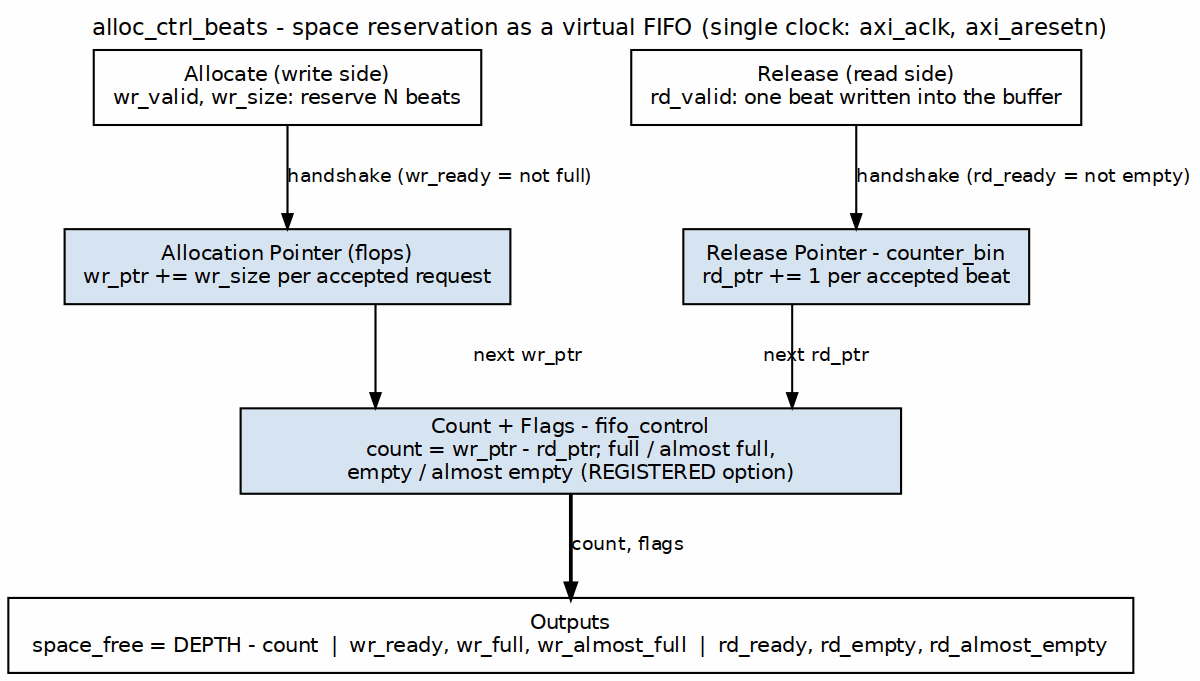
This is projects/components/dma-ip/rapids/docs/rapids_beats_mas/assets/graphviz/05_alloc_ctrl.png from sean-galloway/RTLDesignSherpa, a Graphviz export, as it was before one commit. Its source is kept beside it as projects/components/dma-ip/rapids/docs/rapids_beats_mas/assets/graphviz/05_alloc_ctrl.dot.
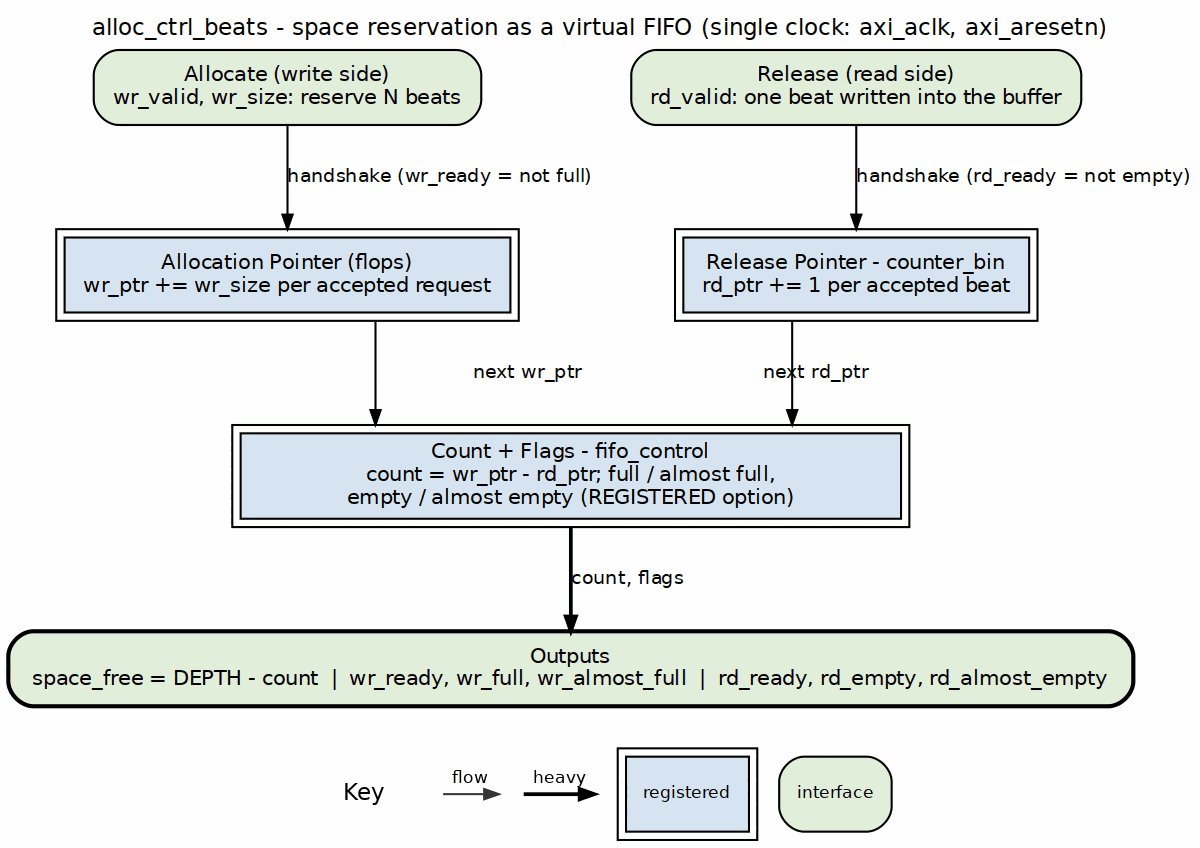
Above is the later version.

What changed in the source:
```diff
@@ -3,15 +3,15 @@
            nodesep="0.50", ranksep="0.55", splines=ortho,
            label="alloc_ctrl_beats - space reservation as a virtual FIFO (single clock: axi_aclk, axi_aresetn)", labelloc=t, labeljust=c];
     node  [fontname="Helvetica", fontsize=10, shape=box, style=filled,
-           fillcolor="#D6E4F0", color="black", margin="0.12,0.06"];
+           fillcolor="white", color="black", margin="0.12,0.06"];
     edge  [fontname="Helvetica", fontsize=9, color="black", arrowsize=0.7];
 
-    wport [label="Allocate (write side)\nwr_valid, wr_size: reserve N beats", fillcolor="white", group=L];
-    rport [label="Release (read side)\nrd_valid: one beat written into the buffer", fillcolor="white", group=R];
-    wptr  [label="Allocation Pointer (flops)\nwr_ptr += wr_size per accepted request", group=L];
-    rptr  [label="Release Pointer - counter_bin\nrd_ptr += 1 per accepted beat", group=R];
-    ctl   [label="Count + Flags - fifo_control\ncount = wr_ptr - rd_ptr; full / almost full,\nempty / almost empty (REGISTERED option)", width=4.4];
-    bar   [label="Outputs\nspace_free = DEPTH - count  |  wr_ready, wr_full, wr_almost_full  |  rd_ready, rd_empty, rd_almost_empty", fillcolor="white", width=7.5];
+    wport [label="Allocate (write side)\nwr_valid, wr_size: reserve N beats", fillcolor="white", group=L, style="rounded,filled", fillcolor="#E2EFDA"];
+    rport [label="Release (read side)\nrd_valid: one beat written into the buffer", fillcolor="white", group=R, style="rounded,filled", fillcolor="#E2EFDA"];
+    wptr  [label="Allocation Pointer (flops)\nwr_ptr += wr_size per accepted request", group=L, peripheries=2, style="filled", fillcolor="#D6E4F0"];
+    rptr  [label="Release Pointer - counter_bin\nrd_ptr += 1 per accepted beat", group=R, peripheries=2, style="filled", fillcolor="#D6E4F0"];
+    ctl   [label="Count + Flags - fifo_control\ncount = wr_ptr - rd_ptr; full / almost full,\nempty / almost empty (REGISTERED option)", width=4.4, peripheries=2, style="filled", fillcolor="#D6E4F0"];
+    bar   [label="Outputs\nspace_free = DEPTH - count  |  wr_ready, wr_full, wr_almost_full  |  rd_ready, rd_empty, rd_almost_empty", fillcolor="white", width=7.5, style="rounded,filled,bold", fillcolor="#E2EFDA"];
 
     wport -> wptr [label="handshake (wr_ready = not full)"];
     rport -> rptr [label="handshake (rd_ready = not empty)"];
```
